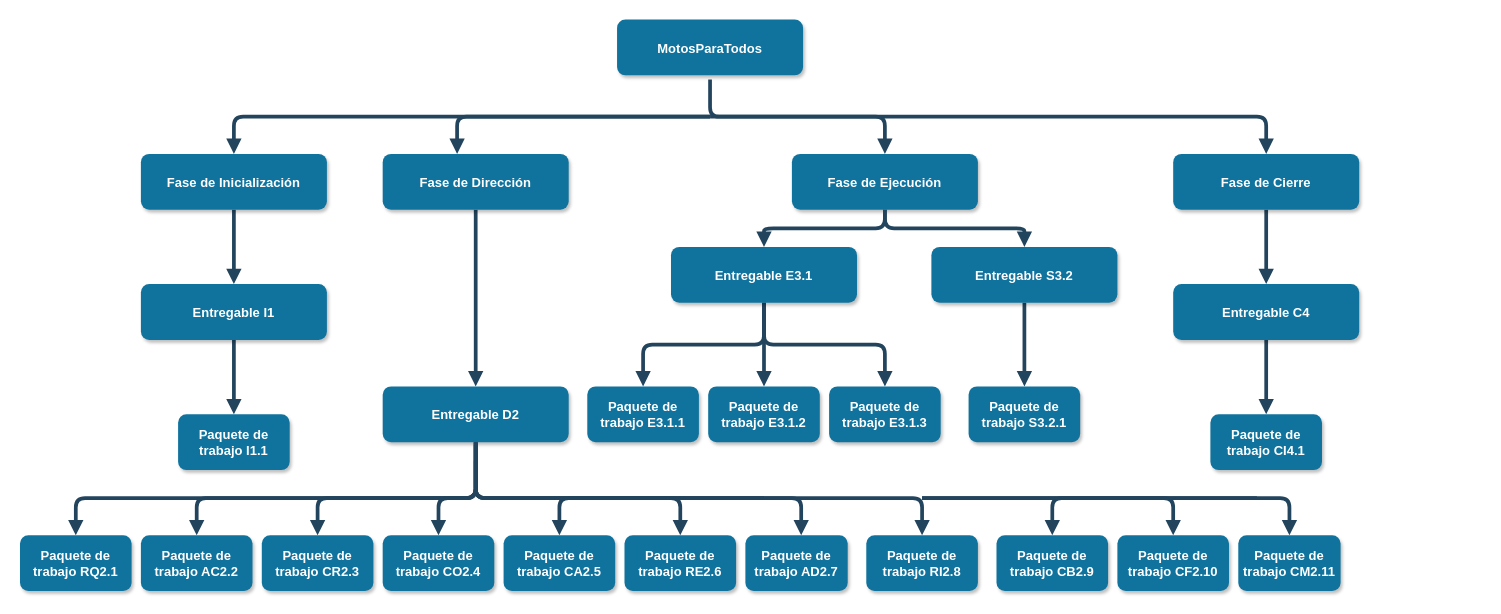
Earlier version of the draw.io diagram Sources/EDT.drawio (PabloMera6/PGPI-G2.15). Source tidied: cells renumbered, new cells numbered last; positions are measured from the earlier drawing's top-left corner, leaving out a move shared by most shapes. Both pictures are drawn from the tidied source at 93%, with x=0, y=0 at pixel (20, 20).
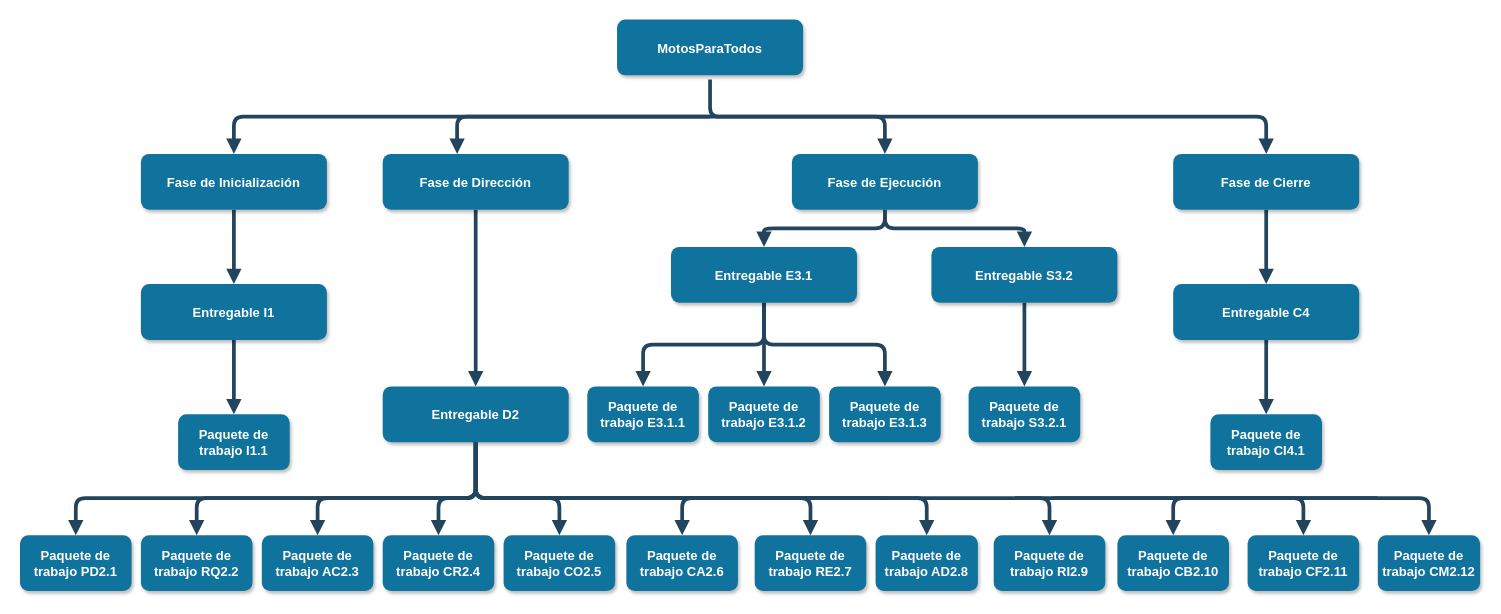
After the change.

Unchanged cells that the change refers to:
```xml
<mxCell id="19" value="Entregable D2" style="rounded=1;fillColor=#10739E;strokeColor=none;shadow=1;gradientColor=none;fontStyle=1;fontColor=#FFFFFF;fontSize=14;" parent="1" vertex="1">
  <mxGeometry x="390" y="394" width="200" height="60" as="geometry" />
</mxCell>
```

Change to the diagram source:
```diff
@@
-    <mxCell id="17" style="edgeStyle=orthogonalEdgeStyle;rounded=1;jettySize=auto;html=1;endArrow=block;strokeColor=#23445D;strokeWidth=4;endFill=1;fontStyle=1;" parent="1" edge="1" source="19" target="21">
+    <mxCell id="17" style="edgeStyle=orthogonalEdgeStyle;rounded=1;jettySize=auto;html=1;endArrow=block;strokeColor=#23445D;strokeWidth=4;endFill=1;fontStyle=1;exitX=0.5;exitY=1;exitDx=0;exitDy=0;" parent="1" edge="1" source="19" target="21">
       <mxGeometry relative="1" as="geometry">
         <Array as="points">
           <mxPoint x="490" y="514" />
-          <mxPoint x="60" y="514" />
+          <mxPoint x="190" y="514" />
         </Array>
       </mxGeometry>
     </mxCell>
-    <mxCell id="18" style="edgeStyle=orthogonalEdgeStyle;rounded=1;jettySize=auto;html=1;endArrow=block;strokeColor=#23445D;strokeWidth=4;endFill=1;fontStyle=1;" parent="1" edge="1" source="19" target="22">
+    <mxCell id="18" style="edgeStyle=orthogonalEdgeStyle;rounded=1;jettySize=auto;html=1;endArrow=block;strokeColor=#23445D;strokeWidth=4;endFill=1;fontStyle=1;exitX=0.5;exitY=1;exitDx=0;exitDy=0;" parent="1" edge="1" source="19" target="22">
       <mxGeometry relative="1" as="geometry">
         <Array as="points">
           <mxPoint x="490" y="514" />
-          <mxPoint x="190" y="514" />
+          <mxPoint x="320" y="514" />
         </Array>
       </mxGeometry>
     </mxCell>
@@
-    <mxCell id="21" value="Paquete de trabajo RQ2.1" style="whiteSpace=wrap;html=1;fontSize=14;fillColor=#10739E;strokeColor=none;fontColor=#FFFFFF;rounded=1;shadow=1;gradientColor=none;fontStyle=1;" parent="1" vertex="1">
-      <mxGeometry y="554" width="120" height="60" as="geometry" />
+    <mxCell id="21" value="Paquete de trabajo RQ2.2" style="whiteSpace=wrap;html=1;fontSize=14;fillColor=#10739E;strokeColor=none;fontColor=#FFFFFF;rounded=1;shadow=1;gradientColor=none;fontStyle=1;" parent="1" vertex="1">
+      <mxGeometry x="130" y="554" width="120" height="60" as="geometry" />
     </mxCell>
-    <mxCell id="22" value="Paquete de trabajo AC2.2" style="whiteSpace=wrap;html=1;fontSize=14;fillColor=#10739E;strokeColor=none;fontColor=#FFFFFF;rounded=1;shadow=1;gradientColor=none;fontStyle=1;" parent="1" vertex="1">
-      <mxGeometry x="130" y="554" width="120" height="60" as="geometry" />
+    <mxCell id="22" value="Paquete de trabajo AC2.3" style="whiteSpace=wrap;html=1;fontSize=14;fillColor=#10739E;strokeColor=none;fontColor=#FFFFFF;rounded=1;shadow=1;gradientColor=none;fontStyle=1;" parent="1" vertex="1">
+      <mxGeometry x="260" y="554" width="120" height="60" as="geometry" />
     </mxCell>
     <mxCell id="23" style="edgeStyle=orthogonalEdgeStyle;rounded=1;jettySize=auto;html=1;endArrow=block;strokeColor=#23445D;strokeWidth=4;endFill=1;fontStyle=1;" parent="1" edge="1" target="25">
       <mxGeometry relative="1" as="geometry">
-        <mxPoint x="490" y="464" as="sourcePoint" />
+        <mxPoint x="490" y="454" as="sourcePoint" />
         <Array as="points">
           <mxPoint x="490" y="454" />
           <mxPoint x="490" y="514" />
-          <mxPoint x="320" y="514" />
+          <mxPoint x="450" y="514" />
         </Array>
       </mxGeometry>
     </mxCell>
-    <mxCell id="24" style="edgeStyle=orthogonalEdgeStyle;rounded=1;jettySize=auto;html=1;endArrow=block;strokeColor=#23445D;strokeWidth=4;endFill=1;fontStyle=1;exitX=0.5;exitY=1;exitDx=0;exitDy=0;" parent="1" edge="1" source="19" target="26">
+    <mxCell id="24" style="edgeStyle=orthogonalEdgeStyle;rounded=1;jettySize=auto;html=1;endArrow=block;strokeColor=#23445D;strokeWidth=4;endFill=1;fontStyle=1;" parent="1" edge="1" target="26">
       <mxGeometry relative="1" as="geometry">
+        <mxPoint x="490" y="454" as="sourcePoint" />
         <Array as="points">
+          <mxPoint x="490" y="454" />
           <mxPoint x="490" y="514" />
-          <mxPoint x="450" y="514" />
+          <mxPoint x="580" y="514" />
         </Array>
       </mxGeometry>
     </mxCell>
-    <mxCell id="25" value="Paquete de trabajo CR2.3" style="whiteSpace=wrap;html=1;fontSize=14;fillColor=#10739E;strokeColor=none;fontColor=#FFFFFF;rounded=1;shadow=1;gradientColor=none;fontStyle=1;" parent="1" vertex="1">
-      <mxGeometry x="260" y="554" width="120" height="60" as="geometry" />
+    <mxCell id="25" value="Paquete de trabajo CR2.4" style="whiteSpace=wrap;html=1;fontSize=14;fillColor=#10739E;strokeColor=none;fontColor=#FFFFFF;rounded=1;shadow=1;gradientColor=none;fontStyle=1;" parent="1" vertex="1">
+      <mxGeometry x="390" y="554" width="120" height="60" as="geometry" />
     </mxCell>
-    <mxCell id="26" value="Paquete de trabajo CO2.4" style="whiteSpace=wrap;html=1;fontSize=14;fillColor=#10739E;strokeColor=none;fontColor=#FFFFFF;rounded=1;shadow=1;gradientColor=none;fontStyle=1;" parent="1" vertex="1">
-      <mxGeometry x="390" y="554" width="120" height="60" as="geometry" />
+    <mxCell id="26" value="Paquete de trabajo CO2.5" style="whiteSpace=wrap;html=1;fontSize=14;fillColor=#10739E;strokeColor=none;fontColor=#FFFFFF;rounded=1;shadow=1;gradientColor=none;fontStyle=1;" parent="1" vertex="1">
+      <mxGeometry x="520" y="554" width="120" height="60" as="geometry" />
     </mxCell>
     <mxCell id="27" style="edgeStyle=orthogonalEdgeStyle;rounded=1;jettySize=auto;html=1;endArrow=block;strokeColor=#23445D;strokeWidth=4;endFill=1;fontStyle=1;" parent="1" edge="1" target="29">
       <mxGeometry relative="1" as="geometry">
-        <mxPoint x="800" y="514" as="sourcePoint" />
+        <mxPoint x="932" y="514" as="sourcePoint" />
         <Array as="points">
-          <mxPoint x="580" y="514" />
+          <mxPoint x="712" y="514" />
         </Array>
       </mxGeometry>
     </mxCell>
-    <mxCell id="28" style="edgeStyle=orthogonalEdgeStyle;rounded=1;jettySize=auto;html=1;endArrow=block;strokeColor=#23445D;strokeWidth=4;endFill=1;fontStyle=1;" parent="1" edge="1" target="30">
+    <mxCell id="28" style="edgeStyle=orthogonalEdgeStyle;rounded=1;jettySize=auto;html=1;endArrow=block;strokeColor=#23445D;strokeWidth=4;endFill=1;fontStyle=1;exitX=0.5;exitY=1;exitDx=0;exitDy=0;" parent="1" edge="1" source="19" target="30">
       <mxGeometry relative="1" as="geometry">
-        <mxPoint x="490" y="454" as="sourcePoint" />
         <Array as="points">
-          <mxPoint x="490" y="454" />
           <mxPoint x="490" y="514" />
-          <mxPoint x="710" y="514" />
+          <mxPoint x="850" y="514" />
         </Array>
       </mxGeometry>
     </mxCell>
-    <mxCell id="29" value="Paquete de trabajo CA2.5" style="whiteSpace=wrap;html=1;fontSize=14;fillColor=#10739E;strokeColor=none;fontColor=#FFFFFF;rounded=1;shadow=1;gradientColor=none;fontStyle=1;" parent="1" vertex="1">
-      <mxGeometry x="520" y="554" width="120" height="60" as="geometry" />
+    <mxCell id="29" value="Paquete de trabajo CA2.6" style="whiteSpace=wrap;html=1;fontSize=14;fillColor=#10739E;strokeColor=none;fontColor=#FFFFFF;rounded=1;shadow=1;gradientColor=none;fontStyle=1;" parent="1" vertex="1">
+      <mxGeometry x="652" y="554" width="120" height="60" as="geometry" />
     </mxCell>
-    <mxCell id="30" value="Paquete de trabajo RE2.6" style="whiteSpace=wrap;html=1;fontSize=14;fillColor=#10739E;strokeColor=none;fontColor=#FFFFFF;rounded=1;shadow=1;gradientColor=none;fontStyle=1;" parent="1" vertex="1">
-      <mxGeometry x="650" y="554" width="120" height="60" as="geometry" />
+    <mxCell id="30" value="Paquete de trabajo RE2.7" style="whiteSpace=wrap;html=1;fontSize=14;fillColor=#10739E;strokeColor=none;fontColor=#FFFFFF;rounded=1;shadow=1;gradientColor=none;fontStyle=1;" parent="1" vertex="1">
+      <mxGeometry x="790" y="554" width="120" height="60" as="geometry" />
     </mxCell>
     <mxCell id="31" style="edgeStyle=orthogonalEdgeStyle;rounded=1;jettySize=auto;html=1;endArrow=block;strokeColor=#23445D;strokeWidth=4;endFill=1;fontStyle=1;" parent="1" edge="1" target="33">
       <mxGeometry relative="1" as="geometry">
-        <mxPoint x="490" y="474" as="sourcePoint" />
+        <mxPoint x="490" y="454" as="sourcePoint" />
         <Array as="points">
-          <mxPoint x="490" y="474" />
+          <mxPoint x="490" y="454" />
           <mxPoint x="490" y="514" />
-          <mxPoint x="840" y="514" />
+          <mxPoint x="975" y="514" />
         </Array>
       </mxGeometry>
     </mxCell>
     <mxCell id="32" style="edgeStyle=orthogonalEdgeStyle;rounded=1;jettySize=auto;html=1;endArrow=block;strokeColor=#23445D;strokeWidth=4;endFill=1;fontStyle=1;" parent="1" edge="1" target="34">
       <mxGeometry relative="1" as="geometry">
         <mxPoint x="490" y="454" as="sourcePoint" />
         <Array as="points">
           <mxPoint x="490" y="454" />
           <mxPoint x="490" y="514" />
-          <mxPoint x="970" y="514" />
+          <mxPoint x="1107" y="514" />
         </Array>
       </mxGeometry>
     </mxCell>
-    <mxCell id="33" value="Paquete de trabajo AD2.7" style="whiteSpace=wrap;html=1;fontSize=14;fillColor=#10739E;strokeColor=none;fontColor=#FFFFFF;rounded=1;shadow=1;gradientColor=none;fontStyle=1;" parent="1" vertex="1">
-      <mxGeometry x="780" y="554" width="110" height="60" as="geometry" />
+    <mxCell id="33" value="Paquete de trabajo AD2.8" style="whiteSpace=wrap;html=1;fontSize=14;fillColor=#10739E;strokeColor=none;fontColor=#FFFFFF;rounded=1;shadow=1;gradientColor=none;fontStyle=1;" parent="1" vertex="1">
+      <mxGeometry x="920" y="554" width="110" height="60" as="geometry" />
     </mxCell>
-    <mxCell id="34" value="Paquete de trabajo RI2.8" style="whiteSpace=wrap;html=1;fontSize=14;fillColor=#10739E;strokeColor=none;fontColor=#FFFFFF;rounded=1;shadow=1;gradientColor=none;fontStyle=1;" parent="1" vertex="1">
-      <mxGeometry x="910" y="554" width="120" height="60" as="geometry" />
+    <mxCell id="34" value="Paquete de trabajo RI2.9" style="whiteSpace=wrap;html=1;fontSize=14;fillColor=#10739E;strokeColor=none;fontColor=#FFFFFF;rounded=1;shadow=1;gradientColor=none;fontStyle=1;" parent="1" vertex="1">
+      <mxGeometry x="1047" y="554" width="120" height="60" as="geometry" />
     </mxCell>
     <mxCell id="35" style="edgeStyle=orthogonalEdgeStyle;rounded=1;jettySize=auto;html=1;endArrow=block;strokeColor=#23445D;strokeWidth=4;endFill=1;fontStyle=1;" parent="1" edge="1" target="37">
       <mxGeometry relative="1" as="geometry">
-        <mxPoint x="1330" y="514" as="sourcePoint" />
+        <mxPoint x="1460" y="514" as="sourcePoint" />
         <Array as="points">
-          <mxPoint x="1110" y="514" />
+          <mxPoint x="1240" y="514" />
         </Array>
       </mxGeometry>
     </mxCell>
     <mxCell id="36" style="edgeStyle=orthogonalEdgeStyle;rounded=1;jettySize=auto;html=1;endArrow=block;strokeColor=#23445D;strokeWidth=4;endFill=1;fontStyle=1;" parent="1" edge="1" target="38">
       <mxGeometry relative="1" as="geometry">
-        <mxPoint x="970" y="514" as="sourcePoint" />
+        <mxPoint x="1110" y="514" as="sourcePoint" />
         <Array as="points">
-          <mxPoint x="1240" y="514" />
+          <mxPoint x="1380" y="514" />
         </Array>
       </mxGeometry>
     </mxCell>
-    <mxCell id="37" value="Paquete de trabajo CB2.9" style="whiteSpace=wrap;html=1;fontSize=14;fillColor=#10739E;strokeColor=none;fontColor=#FFFFFF;rounded=1;shadow=1;gradientColor=none;fontStyle=1;" parent="1" vertex="1">
-      <mxGeometry x="1050" y="554" width="120" height="60" as="geometry" />
+    <mxCell id="37" value="Paquete de trabajo CB2.10" style="whiteSpace=wrap;html=1;fontSize=14;fillColor=#10739E;strokeColor=none;fontColor=#FFFFFF;rounded=1;shadow=1;gradientColor=none;fontStyle=1;" parent="1" vertex="1">
+      <mxGeometry x="1180" y="554" width="120" height="60" as="geometry" />
     </mxCell>
-    <mxCell id="38" value="Paquete de trabajo CF2.10" style="whiteSpace=wrap;html=1;fontSize=14;fillColor=#10739E;strokeColor=none;fontColor=#FFFFFF;rounded=1;shadow=1;gradientColor=none;fontStyle=1;" parent="1" vertex="1">
-      <mxGeometry x="1180" y="554" width="120" height="60" as="geometry" />
+    <mxCell id="38" value="Paquete de trabajo CF2.11" style="whiteSpace=wrap;html=1;fontSize=14;fillColor=#10739E;strokeColor=none;fontColor=#FFFFFF;rounded=1;shadow=1;gradientColor=none;fontStyle=1;" parent="1" vertex="1">
+      <mxGeometry x="1320" y="554" width="120" height="60" as="geometry" />
     </mxCell>
     <mxCell id="39" style="edgeStyle=orthogonalEdgeStyle;rounded=1;jettySize=auto;html=1;endArrow=block;strokeColor=#23445D;strokeWidth=4;endFill=1;fontStyle=1;" parent="1" edge="1" target="40">
       <mxGeometry relative="1" as="geometry">
-        <mxPoint x="970" y="514" as="sourcePoint" />
+        <mxPoint x="1070" y="514" as="sourcePoint" />
         <Array as="points">
-          <mxPoint x="1365" y="514" />
+          <mxPoint x="1515" y="514" />
         </Array>
       </mxGeometry>
     </mxCell>
-    <mxCell id="40" value="Paquete de trabajo CM2.11" style="whiteSpace=wrap;html=1;fontSize=14;fillColor=#10739E;strokeColor=none;fontColor=#FFFFFF;rounded=1;shadow=1;gradientColor=none;fontStyle=1;" parent="1" vertex="1">
-      <mxGeometry x="1310" y="554" width="110" height="60" as="geometry" />
+    <mxCell id="40" value="Paquete de trabajo CM2.12" style="whiteSpace=wrap;html=1;fontSize=14;fillColor=#10739E;strokeColor=none;fontColor=#FFFFFF;rounded=1;shadow=1;gradientColor=none;fontStyle=1;" parent="1" vertex="1">
+      <mxGeometry x="1460" y="554" width="110" height="60" as="geometry" />
     </mxCell>
@@
+    <mxCell id="55" value="Paquete de trabajo PD2.1" style="whiteSpace=wrap;html=1;fontSize=14;fillColor=#10739E;strokeColor=none;fontColor=#FFFFFF;rounded=1;shadow=1;gradientColor=none;fontStyle=1;" parent="1" vertex="1">
+      <mxGeometry y="554" width="120" height="60" as="geometry" />
+    </mxCell>
+    <mxCell id="56" style="edgeStyle=orthogonalEdgeStyle;rounded=1;orthogonalLoop=1;jettySize=auto;html=1;endArrow=block;strokeColor=#23445D;strokeWidth=4;endFill=1;fontStyle=1;" parent="1" edge="1">
+      <mxGeometry relative="1" as="geometry">
+        <mxPoint x="490" y="454" as="sourcePoint" />
+        <mxPoint x="60" y="554" as="targetPoint" />
+        <Array as="points">
+          <mxPoint x="490" y="454" />
+          <mxPoint x="490" y="514" />
+          <mxPoint x="60" y="514" />
+        </Array>
+      </mxGeometry>
+    </mxCell>
```
